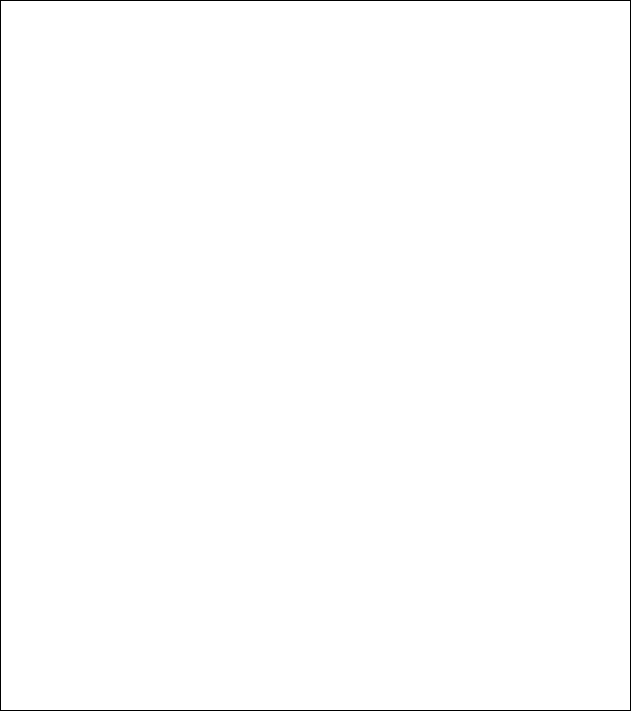
This is 0.1/docs/App Layout.png from ShuoKuro/PET-Filament-Recycler, a draw.io export, as it was before one commit. Source tidied: cells renumbered, new cells last; positions are measured from the earlier drawing's top-left corner, leaving out a move shared by most shapes.
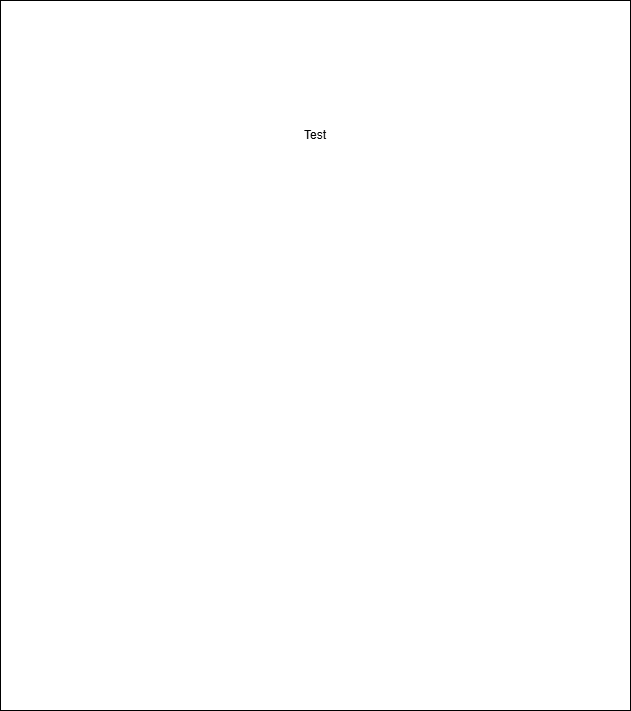
After the change.

The edit, as a diff of the source:
```diff
@@ -5,5 +5,8 @@
     <mxCell id="2" style="rounded=0;whiteSpace=wrap;html=1;" parent="1" vertex="1">
       <mxGeometry width="630" height="710" as="geometry" />
     </mxCell>
+    <mxCell id="3" value="Test" style="text;html=1;whiteSpace=wrap;strokeColor=none;fillColor=none;align=center;verticalAlign=middle;rounded=0;" parent="1" vertex="1">
+      <mxGeometry x="190" y="75" width="250" height="120" as="geometry" />
+    </mxCell>
   </root>
 </mxGraphModel>
```
